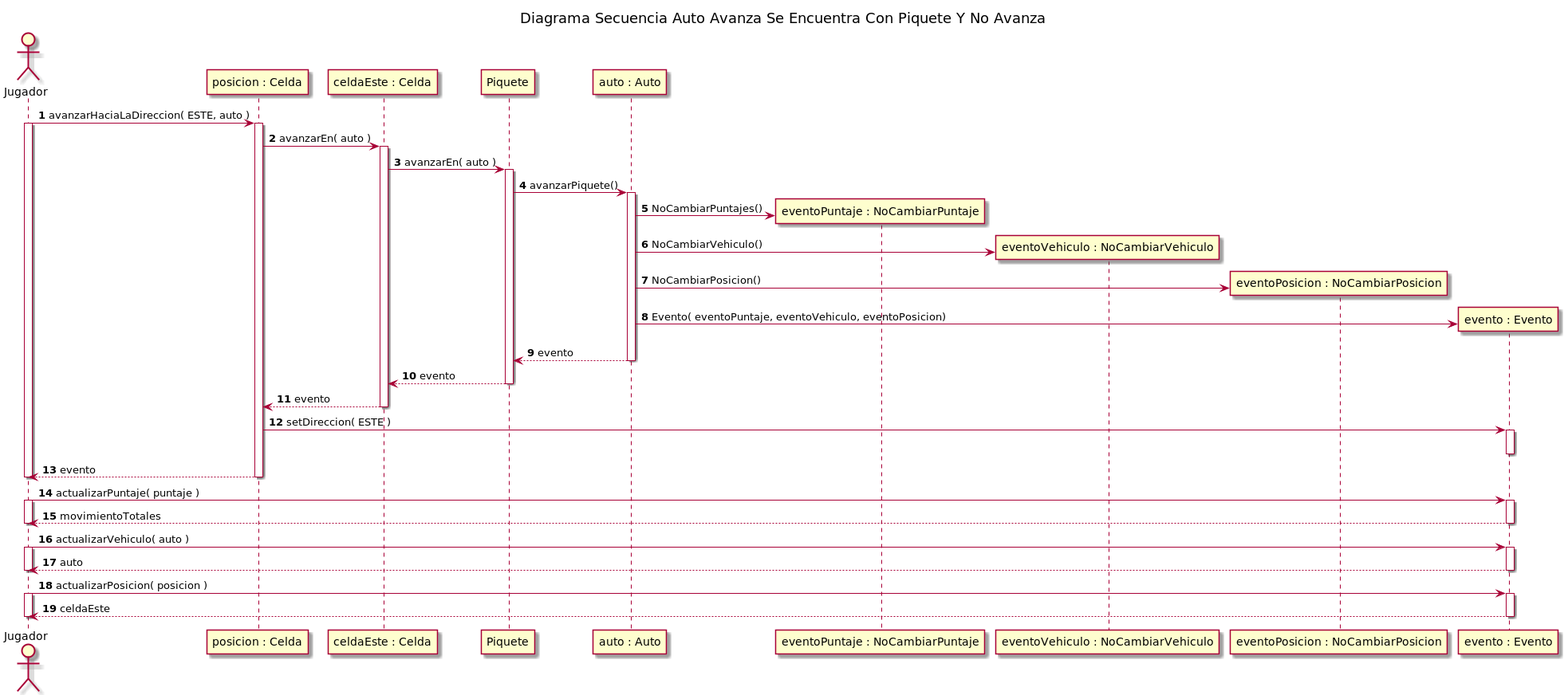
This is diagrams/sequences/entrega1/actualizados/img/DiagramaSecuenciaCasoConPiqueteEnAuto.png from rodrigovzq/algo3_tp2, a PlantUML export, as it was before one commit.
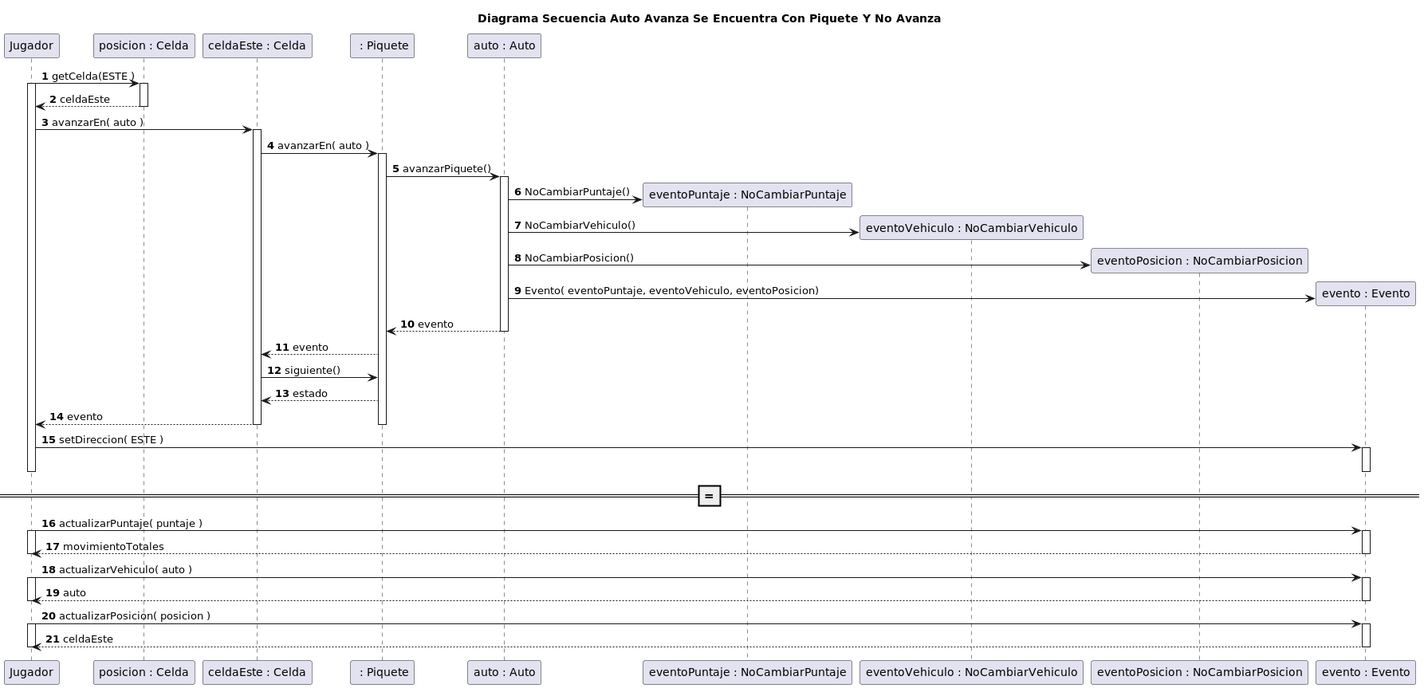
After the change.

Diff of the diagram source:
```diff
@@ -3,19 +3,17 @@
 
 autonumber
 
-actor Jugador
+Jugador -> "posicion : Celda"++: getCelda(ESTE )
+activate Jugador
+"posicion : Celda" --> Jugador: celdaEste
+deactivate "posicion : Celda"
+ Jugador -> "celdaEste : Celda"++: avanzarEn( auto )
 
-Jugador -> "posicion : Celda"++: avanzarHaciaLaDireccion( ESTE, auto )
-
-activate Jugador
-"posicion : Celda" -> "celdaEste : Celda"++: avanzarEn( auto )
-
-
-"celdaEste : Celda" -> Piquete++: avanzarEn( auto )
-Piquete -> "auto : Auto"++: avanzarPiquete()
+"celdaEste : Celda" -> " : Piquete"++: avanzarEn( auto )
+" : Piquete" -> "auto : Auto"++: avanzarPiquete()
 
 create "eventoPuntaje : NoCambiarPuntaje"
-"auto : Auto" -> "eventoPuntaje : NoCambiarPuntaje": NoCambiarPuntajes()
+"auto : Auto" -> "eventoPuntaje : NoCambiarPuntaje": NoCambiarPuntaje()
 
 create "eventoVehiculo : NoCambiarVehiculo"
 "auto : Auto"  -> "eventoVehiculo : NoCambiarVehiculo": NoCambiarVehiculo()
@@ -26,20 +24,20 @@
 create "evento : Evento"
 "auto : Auto"  -> "evento : Evento": Evento( eventoPuntaje, eventoVehiculo, eventoPosicion)
 
-"auto : Auto" --> Piquete: evento
+"auto : Auto" --> " : Piquete": evento
 deactivate "auto : Auto"
 
-Piquete --> "celdaEste : Celda": evento
-
-deactivate Piquete
-"celdaEste : Celda" --> "posicion : Celda": evento
+" : Piquete" --> "celdaEste : Celda": evento
+"celdaEste : Celda" -> " : Piquete": siguiente()
+" : Piquete" --> "celdaEste : Celda": estado
+"celdaEste : Celda" --> Jugador: evento
+deactivate " : Piquete"
 deactivate "celdaEste : Celda"
 
+Jugador -> "evento : Evento"++: setDireccion( ESTE )
+=======
+deactivate "evento : Evento"
 
-
-"posicion : Celda" -> "evento : Evento"++: setDireccion( ESTE )
-deactivate "evento : Evento"
-"posicion : Celda" --> Jugador--: evento
 deactivate Jugador
 
 
@@ -54,7 +52,9 @@
 deactivate Jugador
 
 Jugador -> "evento : Evento"++: actualizarPosicion( posicion )
+
 activate Jugador
 Jugador <-- "evento : Evento"--: celdaEste
 deactivate Jugador
+
 @enduml
```
